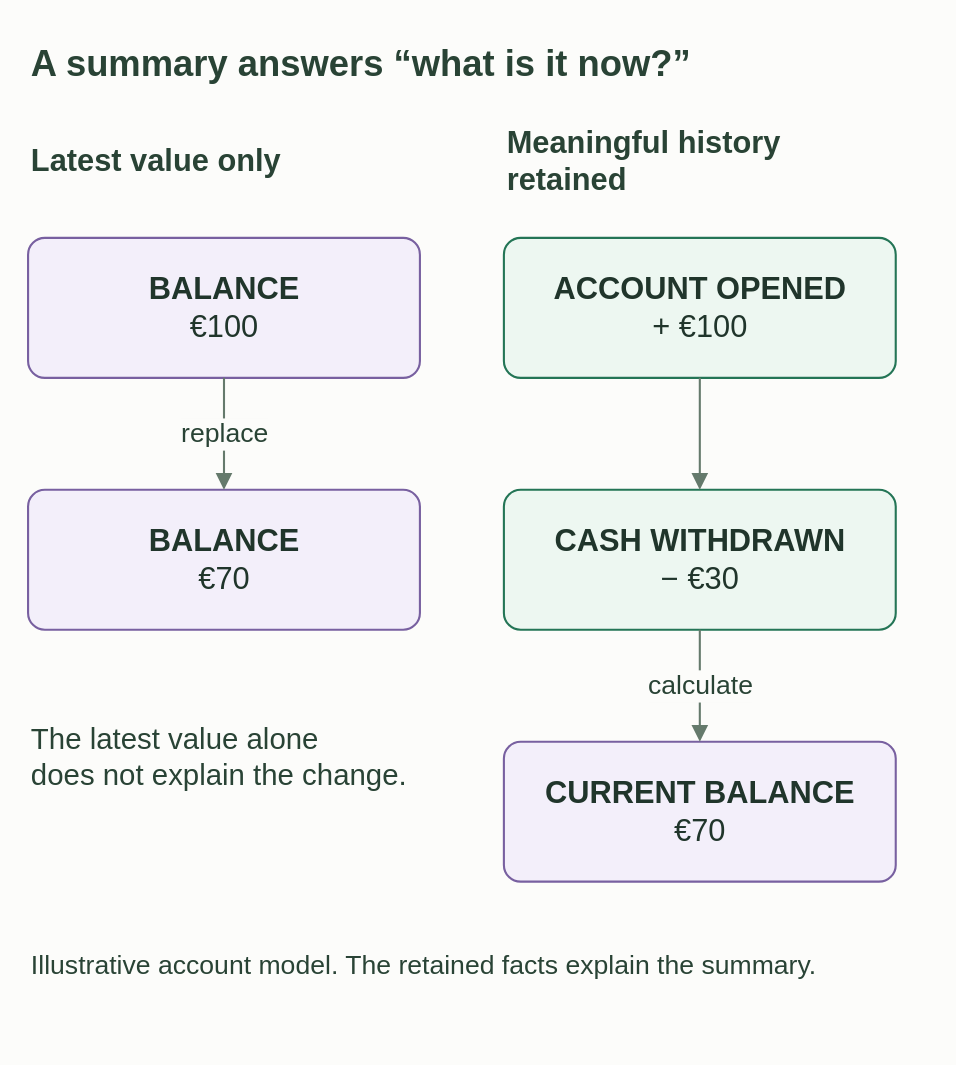
Above: website/public/diagrams/history-and-summary.svg in neohaskell/NeoHaskell (draw.io), before the change. Source tidied: cells renumbered, new cells last; positions are measured from the earlier drawing's top-left corner, leaving out a move shared by most shapes. Its diagram source:
```xml
<mxGraphModel background="#FCFCFA">
  <root>
    <mxCell id="0" />
    <mxCell id="1" parent="0" />
    <mxCell id="2" value="A summary answers “what is it now?”" style="text;html=1;whiteSpace=wrap;align=left;verticalAlign=middle;fontFamily=Helvetica;fontSize=26;fontColor=#294335;fontStyle=1;" parent="1" vertex="1">
      <mxGeometry width="620" height="50" as="geometry" />
    </mxCell>
    <mxCell id="3" value="Latest value only" style="text;html=1;whiteSpace=wrap;align=left;verticalAlign=middle;fontFamily=Helvetica;fontSize=22;fontColor=#294335;fontStyle=1;" parent="1" vertex="1">
      <mxGeometry y="70" width="280" height="50" as="geometry" />
    </mxCell>
    <mxCell id="4" value="Meaningful history retained" style="text;html=1;whiteSpace=wrap;align=left;verticalAlign=middle;fontFamily=Helvetica;fontSize=22;fontColor=#294335;fontStyle=1;" parent="1" vertex="1">
      <mxGeometry x="340" y="70" width="280" height="50" as="geometry" />
    </mxCell>
    <mxCell id="5" value="&lt;b&gt;BALANCE&lt;/b&gt;&lt;br&gt;€100" style="rounded=1;arcSize=12;whiteSpace=wrap;html=1;fontFamily=Helvetica;fontSize=22;fontColor=#20352B;fillColor=#F3EFFA;strokeColor=#7860A0;strokeWidth=1.5;spacing=12;" parent="1" vertex="1">
      <mxGeometry y="150" width="280" height="100" as="geometry" />
    </mxCell>
    <mxCell id="6" value="&lt;b&gt;BALANCE&lt;/b&gt;&lt;br&gt;€70" style="rounded=1;arcSize=12;whiteSpace=wrap;html=1;fontFamily=Helvetica;fontSize=22;fontColor=#20352B;fillColor=#F3EFFA;strokeColor=#7860A0;strokeWidth=1.5;spacing=12;" parent="1" vertex="1">
      <mxGeometry y="330" width="280" height="100" as="geometry" />
    </mxCell>
    <mxCell id="7" value="replace" style="edgeStyle=orthogonalEdgeStyle;rounded=1;jettySize=auto;html=1;endArrow=block;endSize=8;strokeWidth=1.5;strokeColor=#657A6C;fontFamily=Helvetica;fontSize=19;fontColor=#294335;labelBackgroundColor=#FCFCFA;exitX=0.5;exitY=1;entryX=0.5;entryY=0;" parent="1" edge="1" source="5" target="6">
      <mxGeometry relative="1" as="geometry" />
    </mxCell>
    <mxCell id="8" value="&lt;b&gt;ACCOUNT OPENED&lt;/b&gt;&lt;br&gt;+ €100" style="rounded=1;arcSize=12;whiteSpace=wrap;html=1;fontFamily=Helvetica;fontSize=22;fontColor=#20352B;fillColor=#EDF7F1;strokeColor=#247556;strokeWidth=1.5;spacing=12;" parent="1" vertex="1">
      <mxGeometry x="340" y="150" width="280" height="100" as="geometry" />
    </mxCell>
    <mxCell id="9" value="&lt;b&gt;CASH WITHDRAWN&lt;/b&gt;&lt;br&gt;− €30" style="rounded=1;arcSize=12;whiteSpace=wrap;html=1;fontFamily=Helvetica;fontSize=22;fontColor=#20352B;fillColor=#EDF7F1;strokeColor=#247556;strokeWidth=1.5;spacing=12;" parent="1" vertex="1">
      <mxGeometry x="340" y="330" width="280" height="100" as="geometry" />
    </mxCell>
    <mxCell id="10" value="&lt;b&gt;CURRENT BALANCE&lt;/b&gt;&lt;br&gt;€70" style="rounded=1;arcSize=12;whiteSpace=wrap;html=1;fontFamily=Helvetica;fontSize=22;fontColor=#20352B;fillColor=#F3EFFA;strokeColor=#7860A0;strokeWidth=1.5;spacing=12;" parent="1" vertex="1">
      <mxGeometry x="340" y="510" width="280" height="100" as="geometry" />
    </mxCell>
    <mxCell id="11" style="edgeStyle=orthogonalEdgeStyle;rounded=1;jettySize=auto;html=1;endArrow=block;endSize=8;strokeWidth=1.5;strokeColor=#657A6C;fontFamily=Helvetica;fontSize=19;fontColor=#294335;labelBackgroundColor=#FCFCFA;exitX=0.5;exitY=1;entryX=0.5;entryY=0;" parent="1" edge="1" source="8" target="9">
      <mxGeometry relative="1" as="geometry" />
    </mxCell>
    <mxCell id="12" value="calculate" style="edgeStyle=orthogonalEdgeStyle;rounded=1;jettySize=auto;html=1;endArrow=block;endSize=8;strokeWidth=1.5;strokeColor=#657A6C;fontFamily=Helvetica;fontSize=19;fontColor=#294335;labelBackgroundColor=#FCFCFA;exitX=0.5;exitY=1;entryX=0.5;entryY=0;" parent="1" edge="1" source="9" target="10">
      <mxGeometry relative="1" as="geometry" />
    </mxCell>
    <mxCell id="13" value="The latest value alone&#10;does not explain the change." style="text;html=1;whiteSpace=wrap;align=left;verticalAlign=middle;fontFamily=Helvetica;fontSize=21;fontColor=#294335;fontStyle=0;" parent="1" vertex="1">
      <mxGeometry y="470" width="280" height="100" as="geometry" />
    </mxCell>
    <mxCell id="14" value="Illustrative account model. The retained facts explain the summary." style="text;html=1;whiteSpace=wrap;align=left;verticalAlign=middle;fontFamily=Helvetica;fontSize=19;fontColor=#294335;fontStyle=0;" parent="1" vertex="1">
      <mxGeometry y="640" width="620" height="60" as="geometry" />
    </mxCell>
  </root>
</mxGraphModel>
```
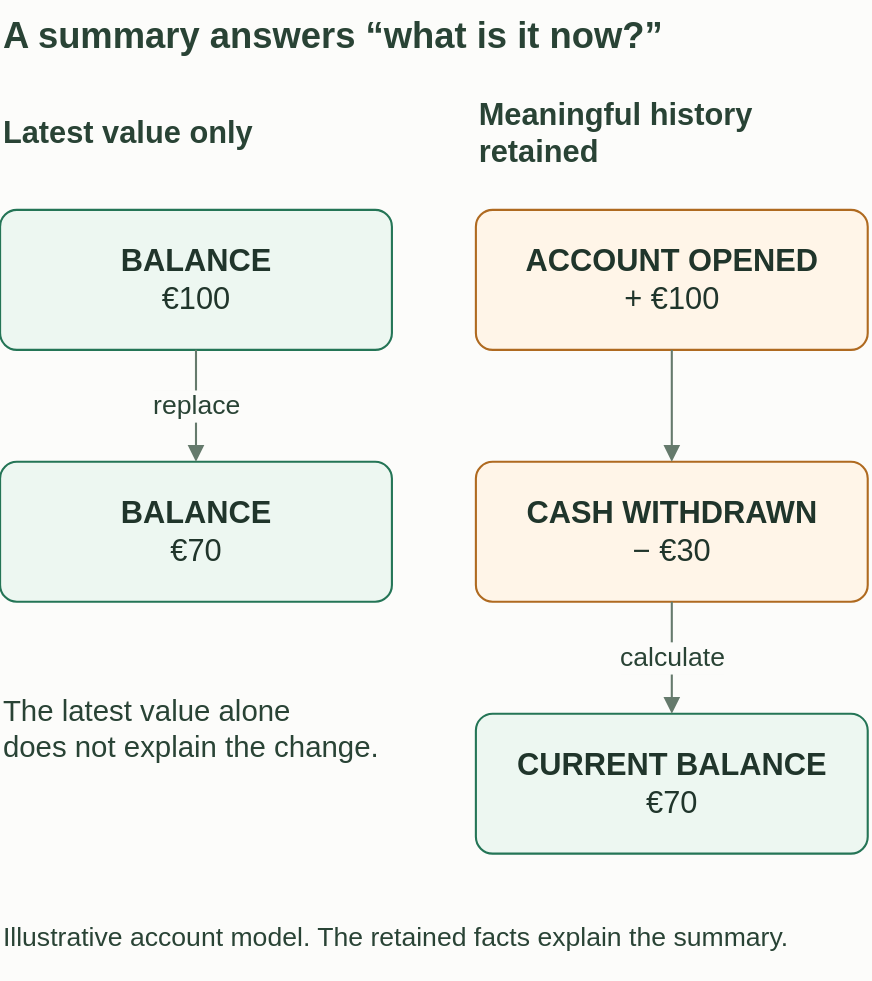
After the change.

The edit, as a diff of the source:
```diff
@@ -11,22 +11,22 @@
     <mxCell id="4" value="Meaningful history retained" style="text;html=1;whiteSpace=wrap;align=left;verticalAlign=middle;fontFamily=Helvetica;fontSize=22;fontColor=#294335;fontStyle=1;" parent="1" vertex="1">
       <mxGeometry x="340" y="70" width="280" height="50" as="geometry" />
     </mxCell>
-    <mxCell id="5" value="&lt;b&gt;BALANCE&lt;/b&gt;&lt;br&gt;€100" style="rounded=1;arcSize=12;whiteSpace=wrap;html=1;fontFamily=Helvetica;fontSize=22;fontColor=#20352B;fillColor=#F3EFFA;strokeColor=#7860A0;strokeWidth=1.5;spacing=12;" parent="1" vertex="1">
+    <mxCell id="5" value="&lt;b&gt;BALANCE&lt;/b&gt;&lt;br&gt;€100" style="rounded=1;arcSize=12;whiteSpace=wrap;html=1;fontFamily=Helvetica;fontSize=22;fontColor=#20352B;fillColor=#EDF7F1;strokeColor=#247556;strokeWidth=1.5;spacing=12;" parent="1" vertex="1">
       <mxGeometry y="150" width="280" height="100" as="geometry" />
     </mxCell>
-    <mxCell id="6" value="&lt;b&gt;BALANCE&lt;/b&gt;&lt;br&gt;€70" style="rounded=1;arcSize=12;whiteSpace=wrap;html=1;fontFamily=Helvetica;fontSize=22;fontColor=#20352B;fillColor=#F3EFFA;strokeColor=#7860A0;strokeWidth=1.5;spacing=12;" parent="1" vertex="1">
+    <mxCell id="6" value="&lt;b&gt;BALANCE&lt;/b&gt;&lt;br&gt;€70" style="rounded=1;arcSize=12;whiteSpace=wrap;html=1;fontFamily=Helvetica;fontSize=22;fontColor=#20352B;fillColor=#EDF7F1;strokeColor=#247556;strokeWidth=1.5;spacing=12;" parent="1" vertex="1">
       <mxGeometry y="330" width="280" height="100" as="geometry" />
     </mxCell>
     <mxCell id="7" value="replace" style="edgeStyle=orthogonalEdgeStyle;rounded=1;jettySize=auto;html=1;endArrow=block;endSize=8;strokeWidth=1.5;strokeColor=#657A6C;fontFamily=Helvetica;fontSize=19;fontColor=#294335;labelBackgroundColor=#FCFCFA;exitX=0.5;exitY=1;entryX=0.5;entryY=0;" parent="1" edge="1" source="5" target="6">
       <mxGeometry relative="1" as="geometry" />
     </mxCell>
-    <mxCell id="8" value="&lt;b&gt;ACCOUNT OPENED&lt;/b&gt;&lt;br&gt;+ €100" style="rounded=1;arcSize=12;whiteSpace=wrap;html=1;fontFamily=Helvetica;fontSize=22;fontColor=#20352B;fillColor=#EDF7F1;strokeColor=#247556;strokeWidth=1.5;spacing=12;" parent="1" vertex="1">
+    <mxCell id="8" value="&lt;b&gt;ACCOUNT OPENED&lt;/b&gt;&lt;br&gt;+ €100" style="rounded=1;arcSize=12;whiteSpace=wrap;html=1;fontFamily=Helvetica;fontSize=22;fontColor=#20352B;fillColor=#FFF5E8;strokeColor=#AF6A20;strokeWidth=1.5;spacing=12;" parent="1" vertex="1">
       <mxGeometry x="340" y="150" width="280" height="100" as="geometry" />
     </mxCell>
-    <mxCell id="9" value="&lt;b&gt;CASH WITHDRAWN&lt;/b&gt;&lt;br&gt;− €30" style="rounded=1;arcSize=12;whiteSpace=wrap;html=1;fontFamily=Helvetica;fontSize=22;fontColor=#20352B;fillColor=#EDF7F1;strokeColor=#247556;strokeWidth=1.5;spacing=12;" parent="1" vertex="1">
+    <mxCell id="9" value="&lt;b&gt;CASH WITHDRAWN&lt;/b&gt;&lt;br&gt;− €30" style="rounded=1;arcSize=12;whiteSpace=wrap;html=1;fontFamily=Helvetica;fontSize=22;fontColor=#20352B;fillColor=#FFF5E8;strokeColor=#AF6A20;strokeWidth=1.5;spacing=12;" parent="1" vertex="1">
       <mxGeometry x="340" y="330" width="280" height="100" as="geometry" />
     </mxCell>
-    <mxCell id="10" value="&lt;b&gt;CURRENT BALANCE&lt;/b&gt;&lt;br&gt;€70" style="rounded=1;arcSize=12;whiteSpace=wrap;html=1;fontFamily=Helvetica;fontSize=22;fontColor=#20352B;fillColor=#F3EFFA;strokeColor=#7860A0;strokeWidth=1.5;spacing=12;" parent="1" vertex="1">
+    <mxCell id="10" value="&lt;b&gt;CURRENT BALANCE&lt;/b&gt;&lt;br&gt;€70" style="rounded=1;arcSize=12;whiteSpace=wrap;html=1;fontFamily=Helvetica;fontSize=22;fontColor=#20352B;fillColor=#EDF7F1;strokeColor=#247556;strokeWidth=1.5;spacing=12;" parent="1" vertex="1">
       <mxGeometry x="340" y="510" width="280" height="100" as="geometry" />
     </mxCell>
     <mxCell id="11" style="edgeStyle=orthogonalEdgeStyle;rounded=1;jettySize=auto;html=1;endArrow=block;endSize=8;strokeWidth=1.5;strokeColor=#657A6C;fontFamily=Helvetica;fontSize=19;fontColor=#294335;labelBackgroundColor=#FCFCFA;exitX=0.5;exitY=1;entryX=0.5;entryY=0;" parent="1" edge="1" source="8" target="9">
```
